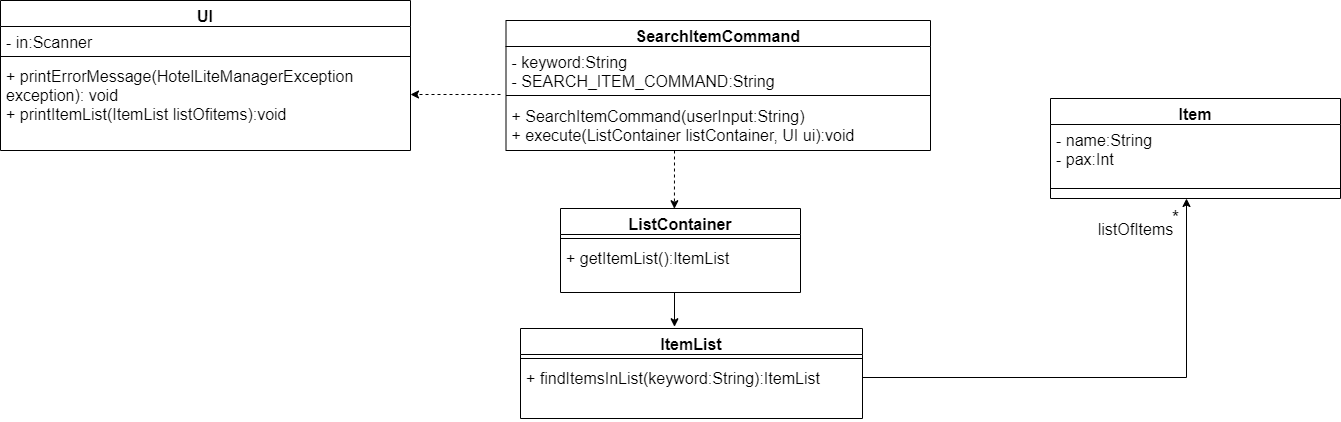
The draw.io diagram docs/team/SiewYangZhi_searchItemCommand/SearchItemCommandClassDiagram.png in nus-cs2113-AY2122S2/tp, before a commit. Source tidied: cells renumbered, new cells last; positions are measured from the earlier drawing's top-left corner, leaving out a move shared by most shapes. Source of this version:
```xml
<mxGraphModel>
  <root>
    <mxCell id="0" />
    <mxCell id="1" parent="0" />
    <mxCell id="2" value="Item" style="swimlane;fontStyle=1;align=center;verticalAlign=top;horizontal=1;startSize=26;fontSize=16;" parent="1" vertex="1">
      <mxGeometry x="1050" y="98" width="290" height="100" as="geometry" />
    </mxCell>
    <mxCell id="3" value="- name:String&#10;- pax:Int" style="text;strokeColor=none;fillColor=none;align=left;verticalAlign=top;spacingLeft=4;spacingRight=4;overflow=hidden;fontSize=16;" parent="2" vertex="1">
      <mxGeometry y="26" width="290" height="54" as="geometry" />
    </mxCell>
    <mxCell id="4" style="line;strokeWidth=1;fillColor=none;align=left;verticalAlign=middle;spacingTop=-1;spacingLeft=3;spacingRight=3;labelPosition=right;fontSize=16;" parent="2" vertex="1">
      <mxGeometry y="80" width="290" height="20" as="geometry" />
    </mxCell>
    <mxCell id="5" style="edgeStyle=orthogonalEdgeStyle;rounded=0;orthogonalLoop=1;jettySize=auto;html=1;labelBackgroundColor=default;labelBorderColor=none;fontSize=16;exitX=1;exitY=0.31;exitDx=0;exitDy=0;exitPerimeter=0;" parent="1" edge="1">
      <mxGeometry relative="1" as="geometry">
        <mxPoint x="862" y="375.3" as="sourcePoint" />
        <mxPoint x="1186" y="198" as="targetPoint" />
        <Array as="points">
          <mxPoint x="862" y="377" />
          <mxPoint x="1186" y="377" />
        </Array>
      </mxGeometry>
    </mxCell>
    <mxCell id="6" value="&lt;font style=&quot;font-size: 19px;&quot;&gt;*&lt;/font&gt;" style="edgeLabel;html=1;align=center;verticalAlign=middle;fontSize=19;" parent="5" vertex="1">
      <mxGeometry x="0.91" y="1" relative="1" as="geometry">
        <mxPoint x="-11" y="-3" as="offset" />
      </mxGeometry>
    </mxCell>
    <mxCell id="7" value="&lt;font style=&quot;font-size: 16px&quot;&gt;listOfItems&lt;/font&gt;" style="edgeLabel;html=1;align=center;verticalAlign=middle;fontSize=15;" parent="5" vertex="1">
      <mxGeometry x="0.9" relative="1" as="geometry">
        <mxPoint x="-52" y="6" as="offset" />
      </mxGeometry>
    </mxCell>
    <mxCell id="8" value="UI" style="swimlane;fontStyle=1;align=center;verticalAlign=top;horizontal=1;startSize=26;fontSize=16;" parent="1" vertex="1">
      <mxGeometry width="410" height="150" as="geometry" />
    </mxCell>
    <mxCell id="9" value="- in:Scanner" style="text;strokeColor=none;fillColor=none;align=left;verticalAlign=top;spacingLeft=4;spacingRight=4;overflow=hidden;fontSize=16;" parent="8" vertex="1">
      <mxGeometry y="26" width="410" height="26" as="geometry" />
    </mxCell>
    <mxCell id="10" style="line;strokeWidth=1;fillColor=none;align=left;verticalAlign=middle;spacingTop=-1;spacingLeft=3;spacingRight=3;labelPosition=right;fontSize=16;" parent="8" vertex="1">
      <mxGeometry y="52" width="410" height="8" as="geometry" />
    </mxCell>
    <mxCell id="11" value="+ printErrorMessage(HotelLiteManagerException exception): void&#10;+ printItemList(ItemList listOfitems):void&#10;" style="text;strokeColor=none;fillColor=none;align=left;verticalAlign=top;spacingLeft=4;spacingRight=4;overflow=hidden;fontSize=16;whiteSpace=wrap;" parent="8" vertex="1">
      <mxGeometry y="60" width="410" height="90" as="geometry" />
    </mxCell>
    <mxCell id="12" style="edgeStyle=orthogonalEdgeStyle;rounded=0;orthogonalLoop=1;jettySize=auto;html=1;labelBackgroundColor=default;labelBorderColor=none;fontSize=16;dashed=1;" parent="1" edge="1">
      <mxGeometry relative="1" as="geometry">
        <mxPoint x="500" y="94" as="sourcePoint" />
        <mxPoint x="410" y="94" as="targetPoint" />
      </mxGeometry>
    </mxCell>
    <mxCell id="13" value="SearchItemCommand" style="swimlane;fontStyle=1;align=center;verticalAlign=top;horizontal=1;startSize=26;fontSize=16;" parent="1" vertex="1">
      <mxGeometry x="505.5" y="20" width="424.5" height="130" as="geometry" />
    </mxCell>
    <mxCell id="14" value="- keyword:String&#10;- SEARCH_ITEM_COMMAND:String" style="text;strokeColor=none;fillColor=none;align=left;verticalAlign=top;spacingLeft=4;spacingRight=4;overflow=hidden;fontSize=16;" parent="13" vertex="1">
      <mxGeometry y="26" width="424.5" height="44" as="geometry" />
    </mxCell>
    <mxCell id="15" style="line;strokeWidth=1;fillColor=none;align=left;verticalAlign=middle;spacingTop=-1;spacingLeft=3;spacingRight=3;labelPosition=right;fontSize=16;" parent="13" vertex="1">
      <mxGeometry y="70" width="424.5" height="10" as="geometry" />
    </mxCell>
    <mxCell id="16" value="+ SearchItemCommand(userInput:String)&#10;+ execute(ListContainer listContainer, UI ui):void&#10;" style="text;strokeColor=none;fillColor=none;align=left;verticalAlign=top;spacingLeft=4;spacingRight=4;overflow=hidden;fontSize=16;fontStyle=0;" parent="13" vertex="1">
      <mxGeometry y="80" width="424.5" height="50" as="geometry" />
    </mxCell>
    <mxCell id="17" value="ItemList" style="swimlane;fontStyle=1;align=center;verticalAlign=top;horizontal=1;startSize=26;fontSize=16;" parent="1" vertex="1">
      <mxGeometry x="520" y="328" width="342" height="90" as="geometry" />
    </mxCell>
    <mxCell id="18" style="line;strokeWidth=1;fillColor=none;align=left;verticalAlign=middle;spacingTop=-1;spacingLeft=3;spacingRight=3;labelPosition=right;fontSize=16;" parent="17" vertex="1">
      <mxGeometry y="26" width="342" height="8" as="geometry" />
    </mxCell>
    <mxCell id="19" value="+ findItemsInList(keyword:String):ItemList&#10;&#10;" style="text;strokeColor=none;fillColor=none;align=left;verticalAlign=top;spacingLeft=4;spacingRight=4;overflow=hidden;fontSize=16;" parent="17" vertex="1">
      <mxGeometry y="34" width="342" height="56" as="geometry" />
    </mxCell>
    <mxCell id="20" value="ListContainer" style="swimlane;fontStyle=1;align=center;verticalAlign=top;horizontal=1;startSize=26;fontSize=16;" parent="1" vertex="1">
      <mxGeometry x="560" y="208" width="240" height="84" as="geometry" />
    </mxCell>
    <mxCell id="21" style="line;strokeWidth=1;fillColor=none;align=left;verticalAlign=middle;spacingTop=-1;spacingLeft=3;spacingRight=3;labelPosition=right;fontSize=16;" parent="20" vertex="1">
      <mxGeometry y="26" width="240" height="8" as="geometry" />
    </mxCell>
    <mxCell id="22" value="+ getItemList():ItemList&#10;&#10;&#10;" style="text;strokeColor=none;fillColor=none;align=left;verticalAlign=top;spacingLeft=4;spacingRight=4;overflow=hidden;fontSize=16;" parent="20" vertex="1">
      <mxGeometry y="34" width="240" height="50" as="geometry" />
    </mxCell>
    <mxCell id="23" style="endArrow=classic;html=1;rounded=0;fontSize=16;exitX=0.5;exitY=1.035;exitDx=0;exitDy=0;exitPerimeter=0;" parent="1" edge="1">
      <mxGeometry relative="1" as="geometry">
        <mxPoint x="674" y="292" as="sourcePoint" />
        <mxPoint x="674" y="326.2" as="targetPoint" />
      </mxGeometry>
    </mxCell>
    <mxCell id="24" style="endArrow=classic;html=1;rounded=0;fontSize=16;entryX=0.433;entryY=-0.021;entryDx=0;entryDy=0;entryPerimeter=0;dashed=1;" parent="1" edge="1">
      <mxGeometry relative="1" as="geometry">
        <mxPoint x="674" y="150" as="sourcePoint" />
        <mxPoint x="673.9" y="208.2" as="targetPoint" />
      </mxGeometry>
    </mxCell>
  </root>
</mxGraphModel>
```
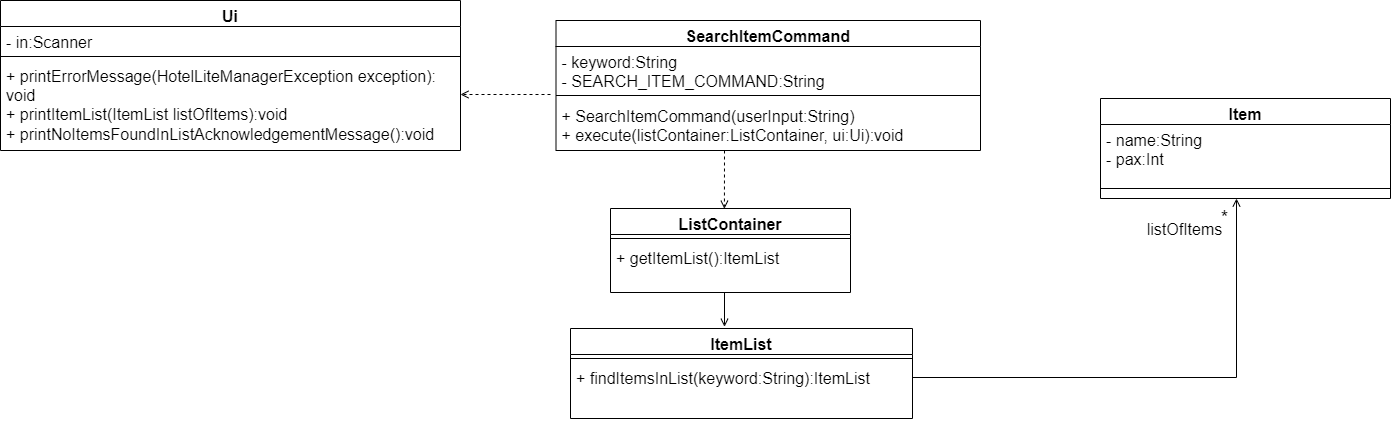
After the change.

Commit message:
Update search item diagram in DG

Diff of the diagram source:
```diff
@@ -11,7 +11,7 @@
     <mxCell id="4" style="line;strokeWidth=1;fillColor=none;align=left;verticalAlign=middle;spacingTop=-1;spacingLeft=3;spacingRight=3;labelPosition=right;fontSize=16;" parent="2" vertex="1">
       <mxGeometry y="80" width="290" height="20" as="geometry" />
     </mxCell>
-    <mxCell id="5" style="edgeStyle=orthogonalEdgeStyle;rounded=0;orthogonalLoop=1;jettySize=auto;html=1;labelBackgroundColor=default;labelBorderColor=none;fontSize=16;exitX=1;exitY=0.31;exitDx=0;exitDy=0;exitPerimeter=0;" parent="1" edge="1">
+    <mxCell id="5" style="edgeStyle=orthogonalEdgeStyle;rounded=0;orthogonalLoop=1;jettySize=auto;html=1;labelBackgroundColor=default;labelBorderColor=none;fontSize=16;exitX=1;exitY=0.31;exitDx=0;exitDy=0;exitPerimeter=0;endArrow=open;endFill=0;" parent="1" edge="1">
       <mxGeometry relative="1" as="geometry">
         <mxPoint x="862" y="375.3" as="sourcePoint" />
         <mxPoint x="1186" y="198" as="targetPoint" />
@@ -31,19 +31,19 @@
         <mxPoint x="-52" y="6" as="offset" />
       </mxGeometry>
     </mxCell>
-    <mxCell id="8" value="UI" style="swimlane;fontStyle=1;align=center;verticalAlign=top;horizontal=1;startSize=26;fontSize=16;" parent="1" vertex="1">
-      <mxGeometry width="410" height="150" as="geometry" />
+    <mxCell id="8" value="Ui" style="swimlane;fontStyle=1;align=center;verticalAlign=top;horizontal=1;startSize=26;fontSize=16;" parent="1" vertex="1">
+      <mxGeometry x="-50" width="460" height="150" as="geometry" />
     </mxCell>
     <mxCell id="9" value="- in:Scanner" style="text;strokeColor=none;fillColor=none;align=left;verticalAlign=top;spacingLeft=4;spacingRight=4;overflow=hidden;fontSize=16;" parent="8" vertex="1">
-      <mxGeometry y="26" width="410" height="26" as="geometry" />
+      <mxGeometry y="26" width="460" height="26" as="geometry" />
     </mxCell>
     <mxCell id="10" style="line;strokeWidth=1;fillColor=none;align=left;verticalAlign=middle;spacingTop=-1;spacingLeft=3;spacingRight=3;labelPosition=right;fontSize=16;" parent="8" vertex="1">
-      <mxGeometry y="52" width="410" height="8" as="geometry" />
+      <mxGeometry y="52" width="460" height="8" as="geometry" />
     </mxCell>
-    <mxCell id="11" value="+ printErrorMessage(HotelLiteManagerException exception): void&#10;+ printItemList(ItemList listOfitems):void&#10;" style="text;strokeColor=none;fillColor=none;align=left;verticalAlign=top;spacingLeft=4;spacingRight=4;overflow=hidden;fontSize=16;whiteSpace=wrap;" parent="8" vertex="1">
-      <mxGeometry y="60" width="410" height="90" as="geometry" />
+    <mxCell id="11" value="+ printErrorMessage(HotelLiteManagerException exception): void&#10;+ printItemList(ItemList listOfItems):void&#10;+ printNoItemsFoundInListAcknowledgementMessage():void&#10;" style="text;strokeColor=none;fillColor=none;align=left;verticalAlign=top;spacingLeft=4;spacingRight=4;overflow=hidden;fontSize=16;whiteSpace=wrap;" parent="8" vertex="1">
+      <mxGeometry y="60" width="460" height="90" as="geometry" />
     </mxCell>
-    <mxCell id="12" style="edgeStyle=orthogonalEdgeStyle;rounded=0;orthogonalLoop=1;jettySize=auto;html=1;labelBackgroundColor=default;labelBorderColor=none;fontSize=16;dashed=1;" parent="1" edge="1">
+    <mxCell id="12" style="edgeStyle=orthogonalEdgeStyle;rounded=0;orthogonalLoop=1;jettySize=auto;html=1;labelBackgroundColor=default;labelBorderColor=none;fontSize=16;dashed=1;endArrow=open;endFill=0;" parent="1" edge="1">
       <mxGeometry relative="1" as="geometry">
         <mxPoint x="500" y="94" as="sourcePoint" />
         <mxPoint x="410" y="94" as="targetPoint" />
@@ -58,7 +58,7 @@
     <mxCell id="15" style="line;strokeWidth=1;fillColor=none;align=left;verticalAlign=middle;spacingTop=-1;spacingLeft=3;spacingRight=3;labelPosition=right;fontSize=16;" parent="13" vertex="1">
       <mxGeometry y="70" width="424.5" height="10" as="geometry" />
     </mxCell>
-    <mxCell id="16" value="+ SearchItemCommand(userInput:String)&#10;+ execute(ListContainer listContainer, UI ui):void&#10;" style="text;strokeColor=none;fillColor=none;align=left;verticalAlign=top;spacingLeft=4;spacingRight=4;overflow=hidden;fontSize=16;fontStyle=0;" parent="13" vertex="1">
+    <mxCell id="16" value="+ SearchItemCommand(userInput:String)&#10;+ execute(listContainer:ListContainer, ui:Ui):void&#10;" style="text;strokeColor=none;fillColor=none;align=left;verticalAlign=top;spacingLeft=4;spacingRight=4;overflow=hidden;fontSize=16;fontStyle=0;" parent="13" vertex="1">
       <mxGeometry y="80" width="424.5" height="50" as="geometry" />
     </mxCell>
     <mxCell id="17" value="ItemList" style="swimlane;fontStyle=1;align=center;verticalAlign=top;horizontal=1;startSize=26;fontSize=16;" parent="1" vertex="1">
@@ -79,13 +79,13 @@
     <mxCell id="22" value="+ getItemList():ItemList&#10;&#10;&#10;" style="text;strokeColor=none;fillColor=none;align=left;verticalAlign=top;spacingLeft=4;spacingRight=4;overflow=hidden;fontSize=16;" parent="20" vertex="1">
       <mxGeometry y="34" width="240" height="50" as="geometry" />
     </mxCell>
-    <mxCell id="23" style="endArrow=classic;html=1;rounded=0;fontSize=16;exitX=0.5;exitY=1.035;exitDx=0;exitDy=0;exitPerimeter=0;" parent="1" edge="1">
+    <mxCell id="23" style="endArrow=open;html=1;rounded=0;fontSize=16;exitX=0.5;exitY=1.035;exitDx=0;exitDy=0;exitPerimeter=0;endFill=0;" parent="1" edge="1">
       <mxGeometry relative="1" as="geometry">
         <mxPoint x="674" y="292" as="sourcePoint" />
         <mxPoint x="674" y="326.2" as="targetPoint" />
       </mxGeometry>
     </mxCell>
-    <mxCell id="24" style="endArrow=classic;html=1;rounded=0;fontSize=16;entryX=0.433;entryY=-0.021;entryDx=0;entryDy=0;entryPerimeter=0;dashed=1;" parent="1" edge="1">
+    <mxCell id="24" style="endArrow=open;html=1;rounded=0;fontSize=16;entryX=0.433;entryY=-0.021;entryDx=0;entryDy=0;entryPerimeter=0;dashed=1;endFill=0;" parent="1" edge="1">
       <mxGeometry relative="1" as="geometry">
         <mxPoint x="674" y="150" as="sourcePoint" />
         <mxPoint x="673.9" y="208.2" as="targetPoint" />
```
